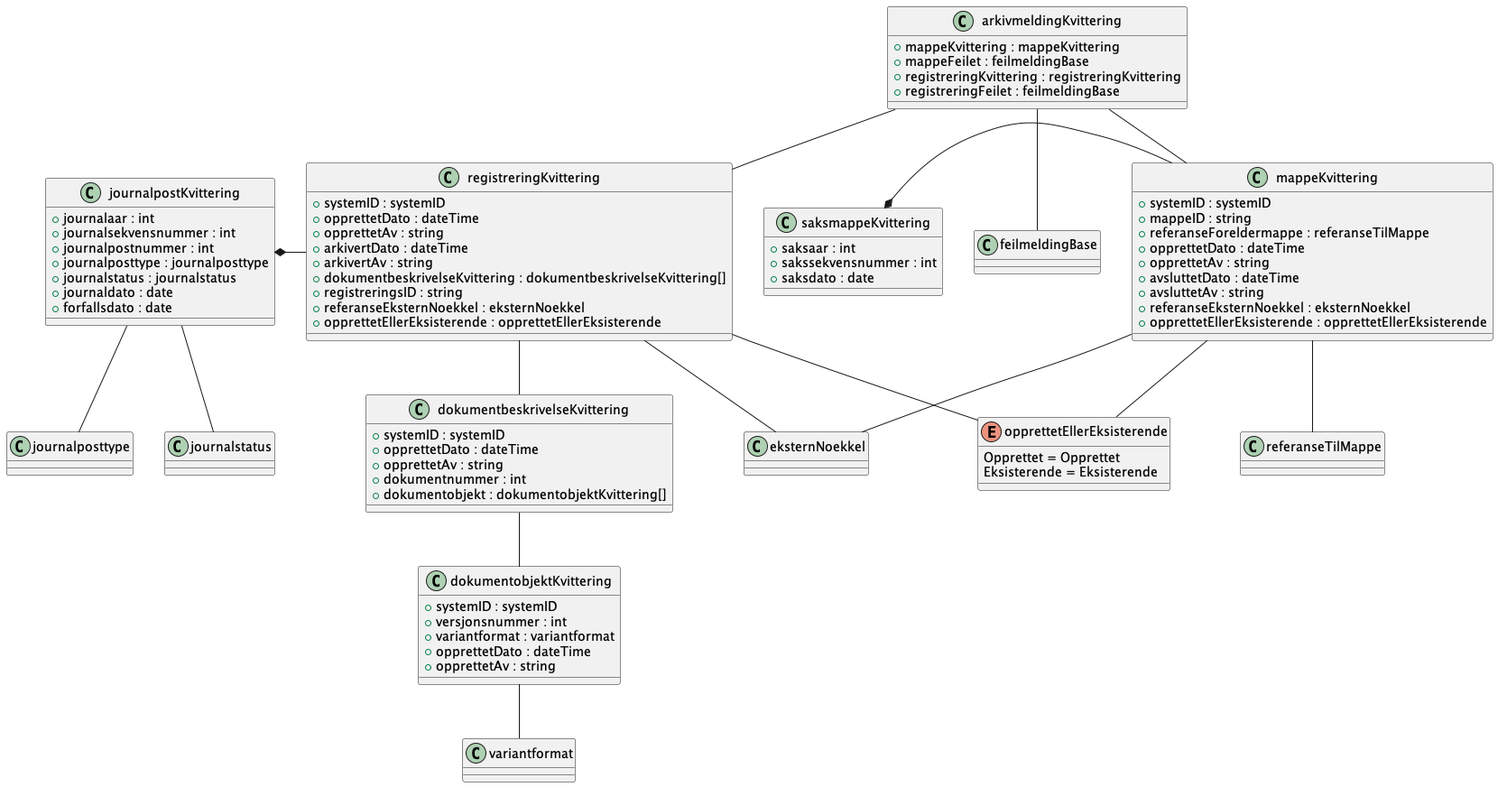
Earlier version of the PlantUML export Dokumentasjon/V1/SchemaModels/no/ks/fiks/arkiv/v1/arkivering/arkivmelding/opprett/kvittering-relations.png (ks-no/fiks-arkiv-specification).
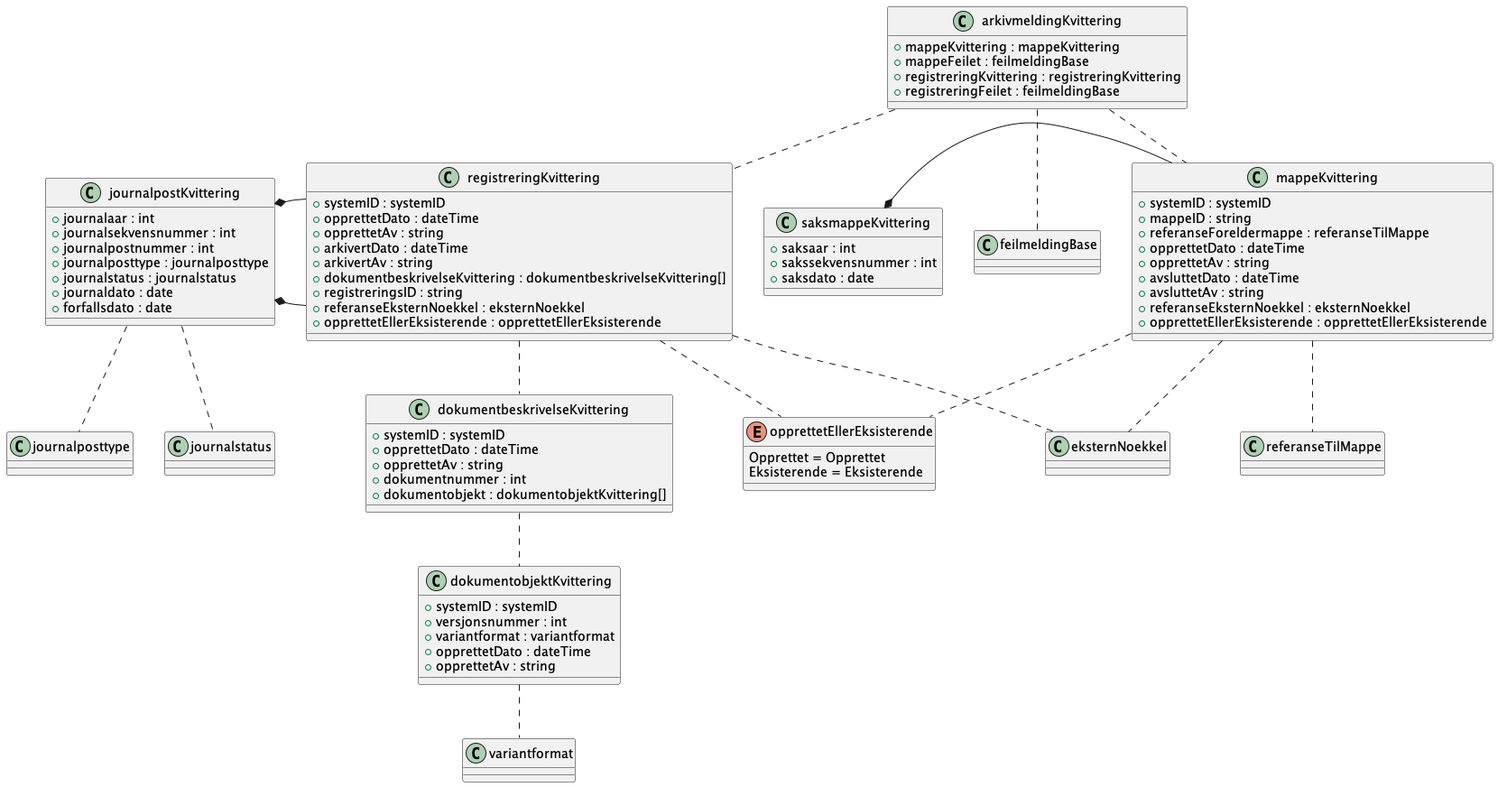
The same diagram one commit later.

Commit message:
Fikset diagram for kvittering for opprett arkivmelding

Diff of the diagram source:
```diff
@@ -1,79 +1,24 @@
 @startuml
+!include kvittering.pu
 
-class arkivmeldingKvittering {
-    +mappeKvittering : mappeKvittering
-    +mappeFeilet : feilmeldingBase
-    +registreringKvittering : registreringKvittering
-    +registreringFeilet : feilmeldingBase
-}
-arkivmeldingKvittering -- mappeKvittering
-arkivmeldingKvittering -- feilmeldingBase
-arkivmeldingKvittering -- registreringKvittering
-class dokumentbeskrivelseKvittering {
-    +systemID : systemID
-    +opprettetDato : dateTime
-    +opprettetAv : string
-    +dokumentnummer : int
-    +dokumentobjekt : dokumentobjektKvittering[]
-}
-dokumentbeskrivelseKvittering -- dokumentobjektKvittering
-class dokumentobjektKvittering {
-    +systemID : systemID
-    +versjonsnummer : int
-    +variantformat : variantformat
-    +opprettetDato : dateTime
-    +opprettetAv : string
-}
-dokumentobjektKvittering -- variantformat
-class journalpostKvittering {
-    +journalaar : int
-    +journalsekvensnummer : int
-    +journalpostnummer : int
-    +journalposttype : journalposttype
-    +journalstatus : journalstatus
-    +journaldato : date
-    +forfallsdato : date
-}
+arkivmeldingKvittering .. mappeKvittering
+arkivmeldingKvittering .. feilmeldingBase
+arkivmeldingKvittering .. registreringKvittering
+
+dokumentbeskrivelseKvittering .. dokumentobjektKvittering
+
+dokumentobjektKvittering .. variantformat
+
 journalpostKvittering *- registreringKvittering
-journalpostKvittering -- journalposttype
-journalpostKvittering -- journalstatus
-class mappeKvittering {
-    +systemID : systemID
-    +mappeID : string
-    +referanseForeldermappe : referanseTilMappe
-    +opprettetDato : dateTime
-    +opprettetAv : string
-    +avsluttetDato : dateTime
-    +avsluttetAv : string
-    +referanseEksternNoekkel : eksternNoekkel
-    +opprettetEllerEksisterende : opprettetEllerEksisterende
-}
-mappeKvittering -- referanseTilMappe
-mappeKvittering -- eksternNoekkel
-mappeKvittering -- opprettetEllerEksisterende
-enum opprettetEllerEksisterende {
-    Opprettet = Opprettet
-    Eksisterende = Eksisterende
-}
-class registreringKvittering {
-    +systemID : systemID
-    +opprettetDato : dateTime
-    +opprettetAv : string
-    +arkivertDato : dateTime
-    +arkivertAv : string
-    +dokumentbeskrivelseKvittering : dokumentbeskrivelseKvittering[]
-    +registreringsID : string
-    +referanseEksternNoekkel : eksternNoekkel
-    +opprettetEllerEksisterende : opprettetEllerEksisterende
-}
-registreringKvittering -- dokumentbeskrivelseKvittering
-registreringKvittering -- eksternNoekkel
-registreringKvittering -- opprettetEllerEksisterende
-class saksmappeKvittering {
-    +saksaar : int
-    +sakssekvensnummer : int
-    +saksdato : date
-}
-saksmappeKvittering *- mappeKvittering
+journalpostKvittering .. journalposttype
+journalpostKvittering .. journalstatus
+
+mappeKvittering .. referanseTilMappe
+mappeKvittering .. eksternNoekkel
+mappeKvittering .. opprettetEllerEksisterende
+
+registreringKvittering .. dokumentbeskrivelseKvittering
+registreringKvittering .. eksternNoekkel
+registreringKvittering .. opprettetEllerEksisterende
 
 @enduml
```
